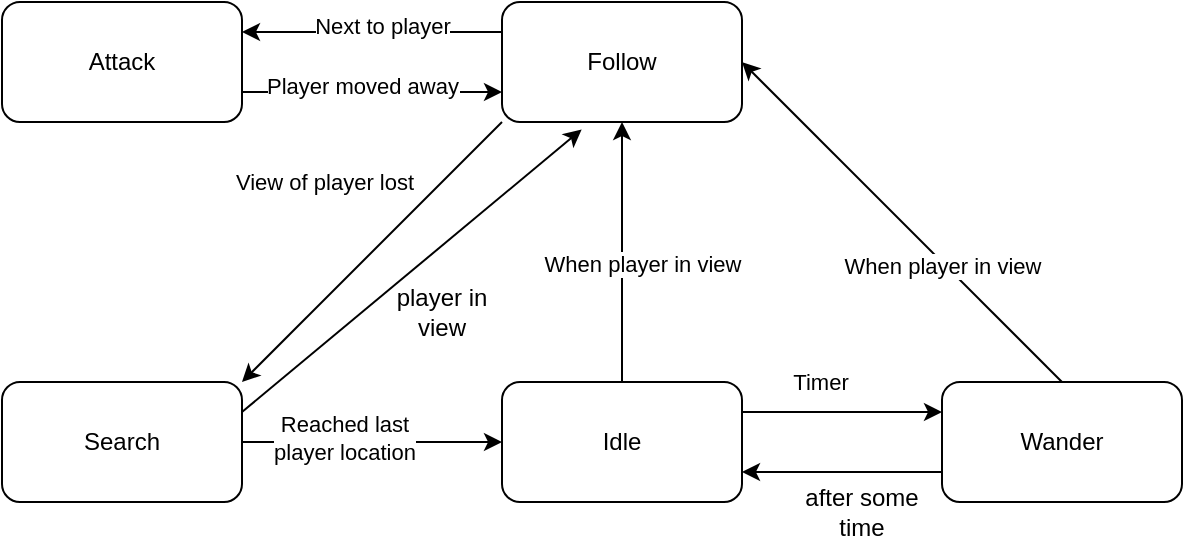
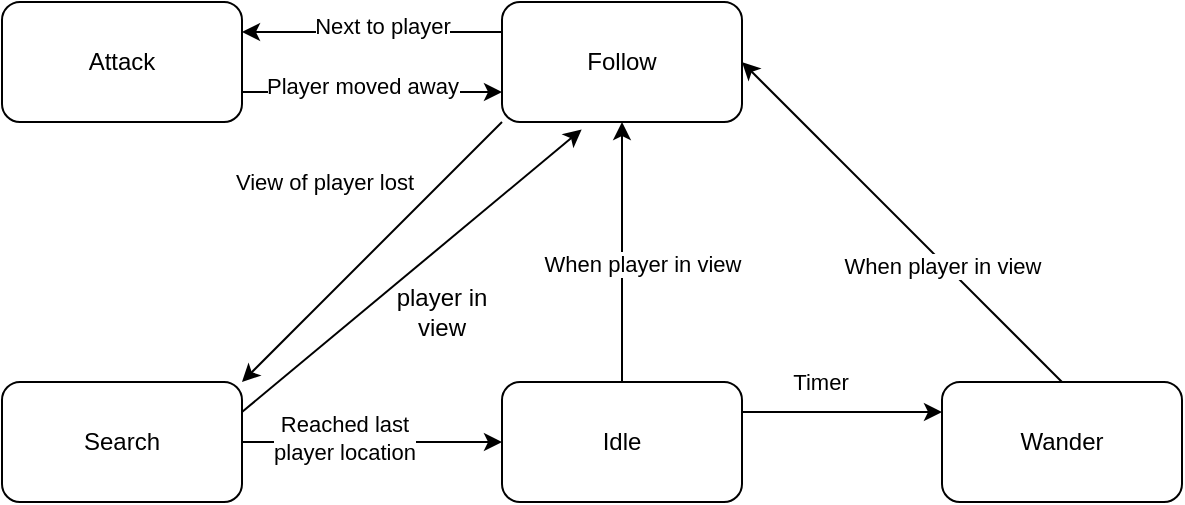
<mxfile host="Electron" agent="Mozilla/5.0 (Windows NT 10.0; Win64; x64) AppleWebKit/537.36 (KHTML, like Gecko) draw.io/29.6.1 Chrome/142.0.7444.265 Electron/39.8.0 Safari/537.36" version="29.6.1">
  <diagram name="Page-1" id="7ojqqCOk9tsSdzXVnYJO">
    <mxGraphModel dx="837" dy="571" grid="1" gridSize="10" guides="1" tooltips="1" connect="1" arrows="1" fold="1" page="1" pageScale="1" pageWidth="850" pageHeight="1100" math="0" shadow="0">
      <root>
        <mxCell id="0" />
        <mxCell id="1" parent="0" />
        <mxCell id="kaX4WNFZyzGd7ofn2PIC-2" parent="1" style="rounded=1;whiteSpace=wrap;html=1;" value="Idle" vertex="1">
          <mxGeometry height="60" width="120" x="370" y="370" as="geometry" />
        </mxCell>
        <mxCell id="kaX4WNFZyzGd7ofn2PIC-3" parent="1" style="rounded=1;whiteSpace=wrap;html=1;" value="Follow" vertex="1">
          <mxGeometry height="60" width="120" x="370" y="180" as="geometry" />
        </mxCell>
        <mxCell id="kaX4WNFZyzGd7ofn2PIC-4" parent="1" style="rounded=1;whiteSpace=wrap;html=1;" value="Attack" vertex="1">
          <mxGeometry height="60" width="120" x="120" y="180" as="geometry" />
        </mxCell>
        <mxCell id="kaX4WNFZyzGd7ofn2PIC-5" parent="1" style="rounded=1;whiteSpace=wrap;html=1;" value="Search" vertex="1">
          <mxGeometry height="60" width="120" x="120" y="370" as="geometry" />
        </mxCell>
        <mxCell id="kaX4WNFZyzGd7ofn2PIC-6" parent="1" style="rounded=1;whiteSpace=wrap;html=1;" value="Wander" vertex="1">
          <mxGeometry height="60" width="120" x="590" y="370" as="geometry" />
        </mxCell>
        <mxCell id="kaX4WNFZyzGd7ofn2PIC-7" edge="1" parent="1" source="kaX4WNFZyzGd7ofn2PIC-2" style="endArrow=classic;html=1;rounded=0;entryX=0.5;entryY=1;entryDx=0;entryDy=0;exitX=0.5;exitY=0;exitDx=0;exitDy=0;" target="kaX4WNFZyzGd7ofn2PIC-3" value="">
          <mxGeometry height="50" relative="1" width="50" as="geometry">
            <mxPoint x="410" y="440" as="sourcePoint" />
            <mxPoint x="460" y="390" as="targetPoint" />
          </mxGeometry>
        </mxCell>
        <mxCell id="kaX4WNFZyzGd7ofn2PIC-8" edge="1" parent="1" source="kaX4WNFZyzGd7ofn2PIC-3" style="endArrow=classic;html=1;rounded=0;entryX=1;entryY=0.25;entryDx=0;entryDy=0;exitX=0;exitY=0.25;exitDx=0;exitDy=0;" target="kaX4WNFZyzGd7ofn2PIC-4" value="">
          <mxGeometry height="50" relative="1" width="50" as="geometry">
            <mxPoint x="410" y="440" as="sourcePoint" />
            <mxPoint x="460" y="390" as="targetPoint" />
          </mxGeometry>
        </mxCell>
        <mxCell id="kaX4WNFZyzGd7ofn2PIC-19" connectable="0" parent="kaX4WNFZyzGd7ofn2PIC-8" style="edgeLabel;html=1;align=center;verticalAlign=middle;resizable=0;points=[];" value="Next to player" vertex="1">
          <mxGeometry relative="1" x="0.3436" y="-3" as="geometry">
            <mxPoint x="27" as="offset" />
          </mxGeometry>
        </mxCell>
        <mxCell id="kaX4WNFZyzGd7ofn2PIC-10" edge="1" parent="1" source="kaX4WNFZyzGd7ofn2PIC-5" style="endArrow=classic;html=1;rounded=0;exitX=1;exitY=0.5;exitDx=0;exitDy=0;entryX=0;entryY=0.5;entryDx=0;entryDy=0;" target="kaX4WNFZyzGd7ofn2PIC-2" value="">
          <mxGeometry height="50" relative="1" width="50" as="geometry">
            <mxPoint x="410" y="440" as="sourcePoint" />
            <mxPoint x="460" y="390" as="targetPoint" />
          </mxGeometry>
        </mxCell>
        <mxCell id="kaX4WNFZyzGd7ofn2PIC-24" connectable="0" parent="kaX4WNFZyzGd7ofn2PIC-10" style="edgeLabel;html=1;align=center;verticalAlign=middle;resizable=0;points=[];" value="Reached last&lt;div&gt;player location&lt;/div&gt;" vertex="1">
          <mxGeometry relative="1" x="-0.2117" y="2" as="geometry">
            <mxPoint as="offset" />
          </mxGeometry>
        </mxCell>
        <mxCell id="kaX4WNFZyzGd7ofn2PIC-11" edge="1" parent="1" source="kaX4WNFZyzGd7ofn2PIC-2" style="endArrow=classic;html=1;rounded=0;entryX=0;entryY=0.25;entryDx=0;entryDy=0;exitX=1;exitY=0.25;exitDx=0;exitDy=0;" target="kaX4WNFZyzGd7ofn2PIC-6" value="">
          <mxGeometry height="50" relative="1" width="50" as="geometry">
            <mxPoint x="410" y="440" as="sourcePoint" />
            <mxPoint x="460" y="390" as="targetPoint" />
          </mxGeometry>
        </mxCell>
        <mxCell id="kaX4WNFZyzGd7ofn2PIC-13" connectable="0" parent="kaX4WNFZyzGd7ofn2PIC-11" style="edgeLabel;html=1;align=center;verticalAlign=middle;resizable=0;points=[];" value="Timer" vertex="1">
          <mxGeometry relative="1" x="-0.2324" y="2" as="geometry">
            <mxPoint y="-13" as="offset" />
          </mxGeometry>
        </mxCell>
-         <mxCell id="kaX4WNFZyzGd7ofn2PIC-12" edge="1" parent="1" source="kaX4WNFZyzGd7ofn2PIC-6" style="endArrow=classic;html=1;rounded=0;entryX=1;entryY=0.75;entryDx=0;entryDy=0;exitX=0;exitY=0.75;exitDx=0;exitDy=0;" target="kaX4WNFZyzGd7ofn2PIC-2" value="">
-           <mxGeometry height="50" relative="1" width="50" as="geometry">
-             <mxPoint x="410" y="440" as="sourcePoint" />
-             <mxPoint x="460" y="390" as="targetPoint" />
-           </mxGeometry>
-         </mxCell>
-         <mxCell id="kaX4WNFZyzGd7ofn2PIC-14" parent="1" style="text;html=1;whiteSpace=wrap;strokeColor=none;fillColor=none;align=center;verticalAlign=middle;rounded=0;" value="after some time" vertex="1">
-           <mxGeometry height="30" width="60" x="520" y="420" as="geometry" />
-         </mxCell>
        <mxCell id="kaX4WNFZyzGd7ofn2PIC-15" edge="1" parent="1" source="kaX4WNFZyzGd7ofn2PIC-6" style="endArrow=classic;html=1;rounded=0;entryX=1;entryY=0.5;entryDx=0;entryDy=0;exitX=0.5;exitY=0;exitDx=0;exitDy=0;" target="kaX4WNFZyzGd7ofn2PIC-3" value="">
          <mxGeometry height="50" relative="1" width="50" as="geometry">
            <mxPoint x="410" y="440" as="sourcePoint" />
            <mxPoint x="460" y="390" as="targetPoint" />
          </mxGeometry>
        </mxCell>
        <mxCell id="kaX4WNFZyzGd7ofn2PIC-16" connectable="0" parent="kaX4WNFZyzGd7ofn2PIC-15" style="edgeLabel;html=1;align=center;verticalAlign=middle;resizable=0;points=[];" value="When player in view" vertex="1">
          <mxGeometry relative="1" x="-0.2601" y="1" as="geometry">
            <mxPoint as="offset" />
          </mxGeometry>
        </mxCell>
        <mxCell id="kaX4WNFZyzGd7ofn2PIC-23" connectable="0" parent="kaX4WNFZyzGd7ofn2PIC-15" style="edgeLabel;html=1;align=center;verticalAlign=middle;resizable=0;points=[];" value="When player in view" vertex="1">
          <mxGeometry relative="1" x="-0.2601" y="1" as="geometry">
            <mxPoint x="-150" y="-1" as="offset" />
          </mxGeometry>
        </mxCell>
        <mxCell id="kaX4WNFZyzGd7ofn2PIC-17" edge="1" parent="1" source="kaX4WNFZyzGd7ofn2PIC-3" style="endArrow=classic;html=1;rounded=0;entryX=1;entryY=0;entryDx=0;entryDy=0;exitX=0;exitY=1;exitDx=0;exitDy=0;" target="kaX4WNFZyzGd7ofn2PIC-5" value="">
          <mxGeometry height="50" relative="1" width="50" as="geometry">
            <mxPoint x="410" y="440" as="sourcePoint" />
            <mxPoint x="460" y="390" as="targetPoint" />
          </mxGeometry>
        </mxCell>
        <mxCell id="kaX4WNFZyzGd7ofn2PIC-18" connectable="0" parent="kaX4WNFZyzGd7ofn2PIC-17" style="edgeLabel;html=1;align=center;verticalAlign=middle;resizable=0;points=[];" value="View of player lost" vertex="1">
          <mxGeometry relative="1" x="-0.4095" as="geometry">
            <mxPoint x="-51" y="-9" as="offset" />
          </mxGeometry>
        </mxCell>
        <mxCell id="kaX4WNFZyzGd7ofn2PIC-21" edge="1" parent="1" source="kaX4WNFZyzGd7ofn2PIC-4" style="endArrow=classic;html=1;rounded=0;entryX=0;entryY=0.75;entryDx=0;entryDy=0;exitX=1;exitY=0.75;exitDx=0;exitDy=0;" target="kaX4WNFZyzGd7ofn2PIC-3" value="">
          <mxGeometry height="50" relative="1" width="50" as="geometry">
            <mxPoint x="410" y="440" as="sourcePoint" />
            <mxPoint x="460" y="390" as="targetPoint" />
          </mxGeometry>
        </mxCell>
        <mxCell id="kaX4WNFZyzGd7ofn2PIC-22" connectable="0" parent="kaX4WNFZyzGd7ofn2PIC-21" style="edgeLabel;html=1;align=center;verticalAlign=middle;resizable=0;points=[];" value="Player moved away" vertex="1">
          <mxGeometry relative="1" x="-0.307" y="3" as="geometry">
            <mxPoint x="15" as="offset" />
          </mxGeometry>
        </mxCell>
        <mxCell id="YPR7kNpVzvcMhcTWtG5n-1" edge="1" parent="1" source="kaX4WNFZyzGd7ofn2PIC-5" style="endArrow=classic;html=1;rounded=0;exitX=1;exitY=0.25;exitDx=0;exitDy=0;entryX=0.332;entryY=1.062;entryDx=0;entryDy=0;entryPerimeter=0;" target="kaX4WNFZyzGd7ofn2PIC-3" value="">
          <mxGeometry height="50" relative="1" width="50" as="geometry">
            <mxPoint x="350" y="320" as="sourcePoint" />
            <mxPoint x="400" y="270" as="targetPoint" />
          </mxGeometry>
        </mxCell>
        <mxCell id="YPR7kNpVzvcMhcTWtG5n-2" parent="1" style="text;html=1;whiteSpace=wrap;strokeColor=none;fillColor=none;align=center;verticalAlign=middle;rounded=0;" value="player in view" vertex="1">
          <mxGeometry height="30" width="60" x="310" y="320" as="geometry" />
        </mxCell>
      </root>
    </mxGraphModel>
  </diagram>
</mxfile>
